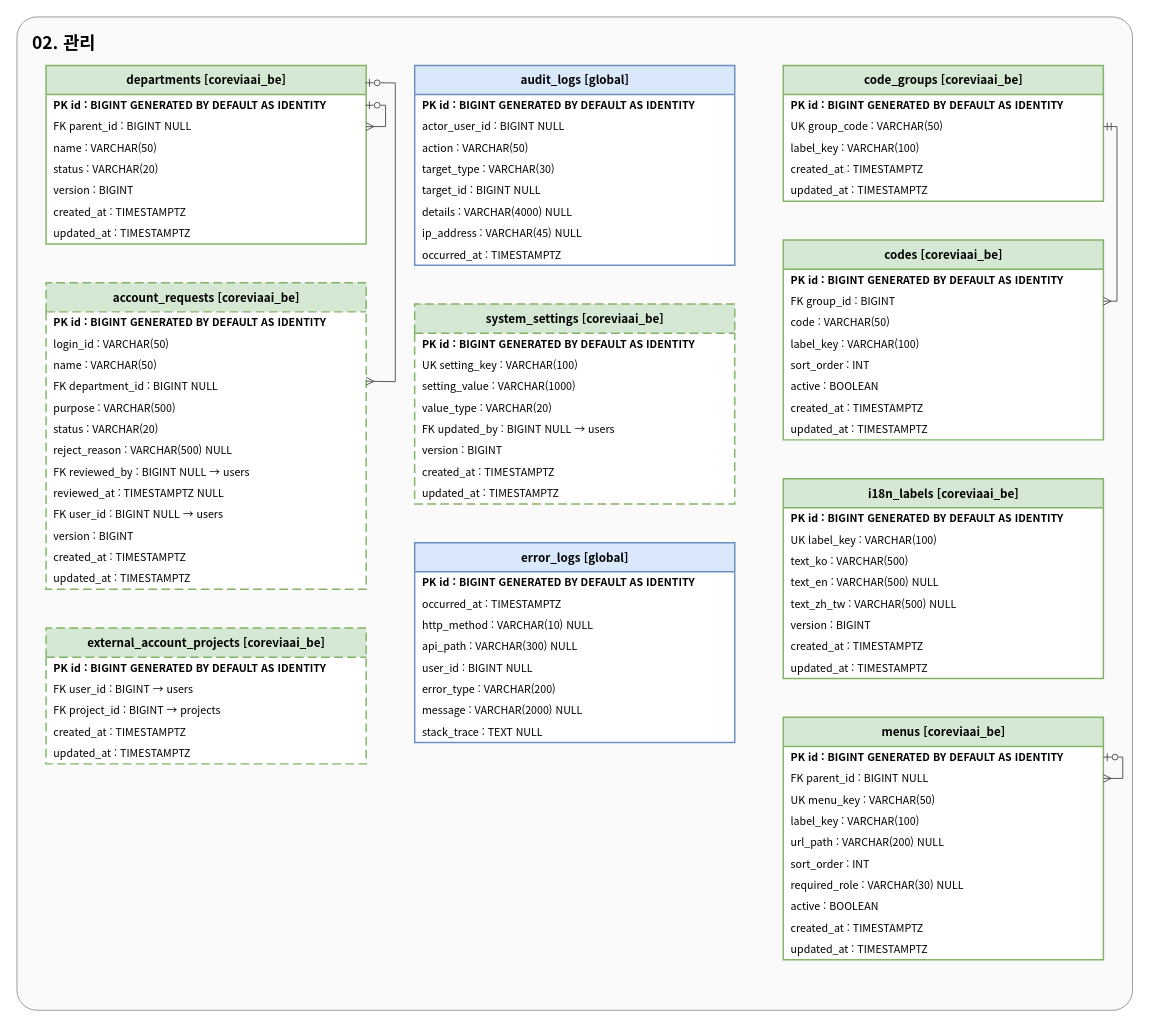
Earlier version of the draw.io diagram docs/erd/02-admin.drawio (WonikQnCKDT/CoreviaAI_BE). Source tidied: cells renumbered, new cells numbered last; positions are measured from the earlier drawing's top-left corner, leaving out a move shared by most shapes. Both pictures are drawn from the tidied source at 97%, with x=0, y=0 at pixel (16, 16).
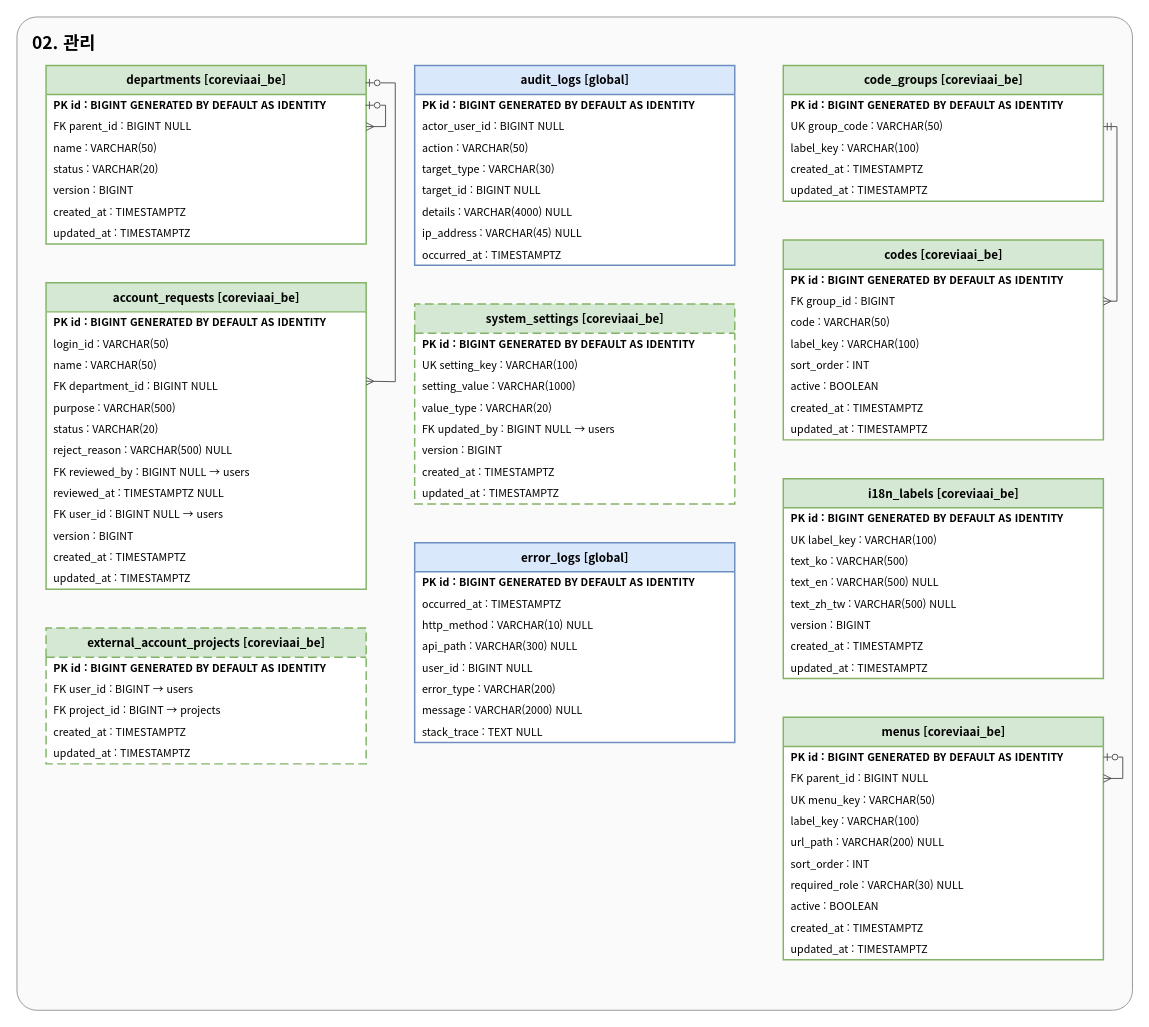
After the change.

Unchanged cells that the change refers to:
```xml
<mxCell id="2" value="02. 관리" style="rounded=1;arcSize=2;whiteSpace=wrap;html=1;verticalAlign=top;align=left;spacingLeft=14;spacingTop=8;fontSize=18;fontStyle=1;fillColor=#FAFAFA;strokeColor=#999999;fontFamily=Noto Sans CJK KR;" parent="1" vertex="1">
  <mxGeometry width="1150" height="1024" as="geometry" />
</mxCell>
```

What changed in the source:
```diff
@@
-    <mxCell id="13" value="account_requests  [coreviaai_be]" style="swimlane;fontStyle=1;horizontal=1;startSize=30;html=1;fontSize=12;fontFamily=Noto Sans CJK KR;fillColor=#D5E8D4;strokeColor=#82B366;dashed=1;dashPattern=6 3;swimlaneFillColor=#FFFFFF;strokeWidth=1.5;" parent="2" vertex="1">
+    <mxCell id="13" value="account_requests  [coreviaai_be]" style="swimlane;fontStyle=1;horizontal=1;startSize=30;html=1;fontSize=12;fontFamily=Noto Sans CJK KR;fillColor=#D5E8D4;strokeColor=#82B366;swimlaneFillColor=#FFFFFF;strokeWidth=1.5;" parent="2" vertex="1">
       <mxGeometry x="30" y="274" width="330" height="316" as="geometry" />
     </mxCell>
```
